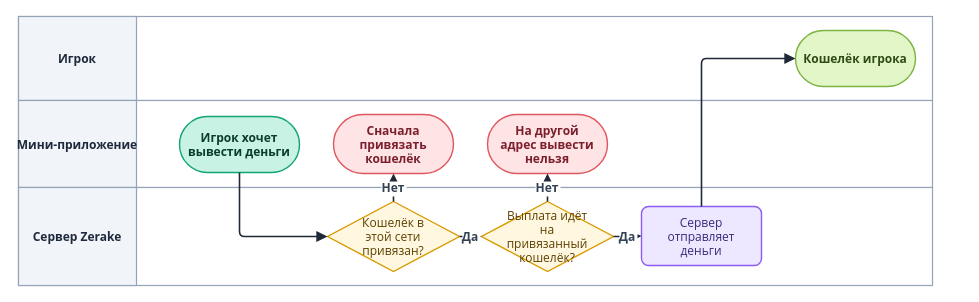
Earlier version of the draw.io diagram diagrams/drawio/payout-wallet.drawio (LILSUFFER/zerake-docs). Source tidied: cells renumbered, new cells numbered last; positions are measured from the earlier drawing's top-left corner, leaving out a move shared by most shapes. Both pictures are drawn from the tidied source at 100%, with x=0, y=0 at pixel (18, 16).
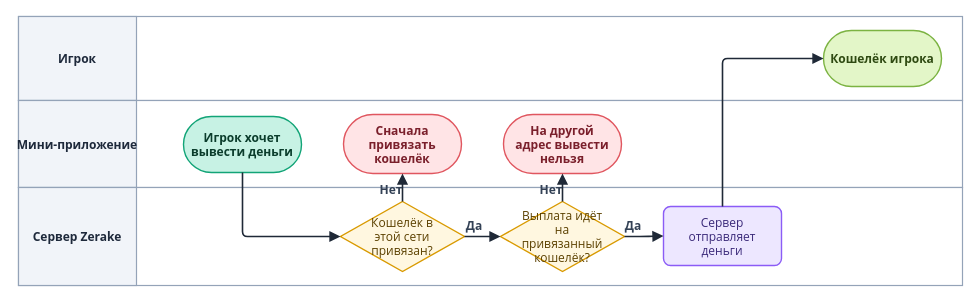
The same page after the edit.

The edit, as a diff of the source:
```diff
@@
     <mxCell id="2" style="rounded=0;html=0;fillColor=#FFFFFF;strokeColor=#94A3B8;strokeWidth=1.2;" parent="1" vertex="1">
-      <mxGeometry width="914" height="84" as="geometry" />
+      <mxGeometry width="944" height="84" as="geometry" />
     </mxCell>
@@
     <mxCell id="4" style="rounded=0;html=0;fillColor=#FFFFFF;strokeColor=#94A3B8;strokeWidth=1.2;" parent="1" vertex="1">
-      <mxGeometry y="84" width="914" height="87" as="geometry" />
+      <mxGeometry y="84" width="944" height="87" as="geometry" />
     </mxCell>
@@
     <mxCell id="6" style="rounded=0;html=0;fillColor=#FFFFFF;strokeColor=#94A3B8;strokeWidth=1.2;" parent="1" vertex="1">
-      <mxGeometry y="171" width="914" height="98" as="geometry" />
+      <mxGeometry y="171" width="944" height="98" as="geometry" />
     </mxCell>
@@
     <mxCell id="8" value="Игрок хочет&#10;вывести деньги" style="rounded=1;arcSize=50;html=0;fontStyle=1;fillColor=#C7F2E4;strokeColor=#12A477;fontColor=#0B3D2C;fontFamily=Segoe UI;fontSize=12;strokeWidth=1.4;" parent="1" vertex="1">
-      <mxGeometry x="161" y="100" width="120" height="56" as="geometry" />
+      <mxGeometry x="165" y="100" width="118" height="56" as="geometry" />
     </mxCell>
     <mxCell id="9" value="Кошелёк в&#10;этой сети&#10;привязан?" style="rhombus;html=0;fillColor=#FFF7E0;strokeColor=#D99A00;fontColor=#5C4100;fontFamily=Segoe UI;fontSize=12;strokeWidth=1.4;" parent="1" vertex="1">
-      <mxGeometry x="309" y="185" width="132" height="70" as="geometry" />
+      <mxGeometry x="322" y="185" width="124" height="70" as="geometry" />
     </mxCell>
     <mxCell id="10" value="Сначала&#10;привязать&#10;кошелёк" style="rounded=1;arcSize=50;html=0;fontStyle=1;fillColor=#FFE4E6;strokeColor=#E0565F;fontColor=#7A1F2B;fontFamily=Segoe UI;fontSize=12;strokeWidth=1.4;" parent="1" vertex="1">
-      <mxGeometry x="315" y="98" width="120" height="59" as="geometry" />
+      <mxGeometry x="325" y="98" width="118" height="59" as="geometry" />
     </mxCell>
     <mxCell id="11" value="Выплата идёт&#10;на&#10;привязанный&#10;кошелёк?" style="rhombus;html=0;fillColor=#FFF7E0;strokeColor=#D99A00;fontColor=#5C4100;fontFamily=Segoe UI;fontSize=12;strokeWidth=1.4;" parent="1" vertex="1">
-      <mxGeometry x="463" y="185" width="132" height="70" as="geometry" />
+      <mxGeometry x="482" y="185" width="124" height="70" as="geometry" />
     </mxCell>
     <mxCell id="12" value="На другой&#10;адрес вывести&#10;нельзя" style="rounded=1;arcSize=50;html=0;fontStyle=1;fillColor=#FFE4E6;strokeColor=#E0565F;fontColor=#7A1F2B;fontFamily=Segoe UI;fontSize=12;strokeWidth=1.4;" parent="1" vertex="1">
-      <mxGeometry x="469" y="98" width="120" height="59" as="geometry" />
+      <mxGeometry x="485" y="98" width="118" height="59" as="geometry" />
     </mxCell>
     <mxCell id="13" value="Сервер&#10;отправляет&#10;деньги" style="rounded=1;arcSize=12;html=0;fillColor=#EDE7FF;strokeColor=#8B5CF6;fontColor=#3B2A7A;fontFamily=Segoe UI;fontSize=12;strokeWidth=1.4;" parent="1" vertex="1">
-      <mxGeometry x="623" y="190" width="120" height="59" as="geometry" />
+      <mxGeometry x="645" y="190" width="118" height="59" as="geometry" />
     </mxCell>
     <mxCell id="14" value="Кошелёк игрока" style="rounded=1;arcSize=50;html=0;fontStyle=1;fillColor=#E3F6C8;strokeColor=#7CB342;fontColor=#2F4A12;fontFamily=Segoe UI;fontSize=12;strokeWidth=1.4;" parent="1" vertex="1">
-      <mxGeometry x="777" y="14" width="120" height="56" as="geometry" />
+      <mxGeometry x="805" y="14" width="118" height="56" as="geometry" />
     </mxCell>
-    <mxCell id="15" style="edgeStyle=orthogonalEdgeStyle;rounded=1;arcSize=10;jettySize=auto;html=0;strokeColor=#1F2937;strokeWidth=1.6;endArrow=block;endFill=1;endSize=7;fontFamily=Segoe UI;fontSize=12;fontStyle=1;fontColor=#334155;labelBackgroundColor=#FFFFFF;exitX=0.5;exitY=1;entryX=0;entryY=0.5;" parent="1" edge="1" source="8" target="9">
+    <mxCell id="15" style="edgeStyle=orthogonalEdgeStyle;rounded=1;arcSize=10;jettySize=auto;html=0;strokeColor=#1F2937;strokeWidth=1.6;endArrow=block;endFill=1;endSize=7;fontFamily=Segoe UI;fontSize=12;fontStyle=1;fontColor=#334155;labelBackgroundColor=none;exitX=0.5;exitY=1;entryX=0;entryY=0.5;" parent="1" edge="1" source="8" target="9">
       <mxGeometry relative="1" as="geometry" />
     </mxCell>
-    <mxCell id="16" value="Нет" style="edgeStyle=orthogonalEdgeStyle;rounded=1;arcSize=10;jettySize=auto;html=0;strokeColor=#1F2937;strokeWidth=1.6;endArrow=block;endFill=1;endSize=7;fontFamily=Segoe UI;fontSize=12;fontStyle=1;fontColor=#334155;labelBackgroundColor=#FFFFFF;" parent="1" edge="1" source="9" target="10">
-      <mxGeometry relative="1" as="geometry" />
+    <mxCell id="16" value="Нет" style="edgeStyle=orthogonalEdgeStyle;rounded=1;arcSize=10;jettySize=auto;html=0;strokeColor=#1F2937;strokeWidth=1.6;endArrow=block;endFill=1;endSize=7;fontFamily=Segoe UI;fontSize=12;fontStyle=1;fontColor=#334155;labelBackgroundColor=none;" parent="1" edge="1" source="9" target="10">
+      <mxGeometry x="-0.55" y="11" relative="1" as="geometry" />
     </mxCell>
-    <mxCell id="17" value="Да" style="edgeStyle=orthogonalEdgeStyle;rounded=1;arcSize=10;jettySize=auto;html=0;strokeColor=#1F2937;strokeWidth=1.6;endArrow=block;endFill=1;endSize=7;fontFamily=Segoe UI;fontSize=12;fontStyle=1;fontColor=#334155;labelBackgroundColor=#FFFFFF;" parent="1" edge="1" source="9" target="11">
-      <mxGeometry relative="1" as="geometry" />
+    <mxCell id="17" value="Да" style="edgeStyle=orthogonalEdgeStyle;rounded=1;arcSize=10;jettySize=auto;html=0;strokeColor=#1F2937;strokeWidth=1.6;endArrow=block;endFill=1;endSize=7;fontFamily=Segoe UI;fontSize=12;fontStyle=1;fontColor=#334155;labelBackgroundColor=none;" parent="1" edge="1" source="9" target="11">
+      <mxGeometry x="-0.55" y="11" relative="1" as="geometry" />
     </mxCell>
-    <mxCell id="18" value="Нет" style="edgeStyle=orthogonalEdgeStyle;rounded=1;arcSize=10;jettySize=auto;html=0;strokeColor=#1F2937;strokeWidth=1.6;endArrow=block;endFill=1;endSize=7;fontFamily=Segoe UI;fontSize=12;fontStyle=1;fontColor=#334155;labelBackgroundColor=#FFFFFF;" parent="1" edge="1" source="11" target="12">
-      <mxGeometry relative="1" as="geometry" />
+    <mxCell id="18" value="Нет" style="edgeStyle=orthogonalEdgeStyle;rounded=1;arcSize=10;jettySize=auto;html=0;strokeColor=#1F2937;strokeWidth=1.6;endArrow=block;endFill=1;endSize=7;fontFamily=Segoe UI;fontSize=12;fontStyle=1;fontColor=#334155;labelBackgroundColor=none;" parent="1" edge="1" source="11" target="12">
+      <mxGeometry x="-0.55" y="11" relative="1" as="geometry" />
     </mxCell>
-    <mxCell id="19" value="Да" style="edgeStyle=orthogonalEdgeStyle;rounded=1;arcSize=10;jettySize=auto;html=0;strokeColor=#1F2937;strokeWidth=1.6;endArrow=block;endFill=1;endSize=7;fontFamily=Segoe UI;fontSize=12;fontStyle=1;fontColor=#334155;labelBackgroundColor=#FFFFFF;" parent="1" edge="1" source="11" target="13">
-      <mxGeometry relative="1" as="geometry" />
+    <mxCell id="19" value="Да" style="edgeStyle=orthogonalEdgeStyle;rounded=1;arcSize=10;jettySize=auto;html=0;strokeColor=#1F2937;strokeWidth=1.6;endArrow=block;endFill=1;endSize=7;fontFamily=Segoe UI;fontSize=12;fontStyle=1;fontColor=#334155;labelBackgroundColor=none;" parent="1" edge="1" source="11" target="13">
+      <mxGeometry x="-0.55" y="11" relative="1" as="geometry" />
     </mxCell>
-    <mxCell id="20" style="edgeStyle=orthogonalEdgeStyle;rounded=1;arcSize=10;jettySize=auto;html=0;strokeColor=#1F2937;strokeWidth=1.6;endArrow=block;endFill=1;endSize=7;fontFamily=Segoe UI;fontSize=12;fontStyle=1;fontColor=#334155;labelBackgroundColor=#FFFFFF;exitX=0.5;exitY=0;entryX=0;entryY=0.5;" parent="1" edge="1" source="13" target="14">
+    <mxCell id="20" style="edgeStyle=orthogonalEdgeStyle;rounded=1;arcSize=10;jettySize=auto;html=0;strokeColor=#1F2937;strokeWidth=1.6;endArrow=block;endFill=1;endSize=7;fontFamily=Segoe UI;fontSize=12;fontStyle=1;fontColor=#334155;labelBackgroundColor=none;exitX=0.5;exitY=0;entryX=0;entryY=0.5;" parent="1" edge="1" source="13" target="14">
       <mxGeometry relative="1" as="geometry" />
     </mxCell>
```
